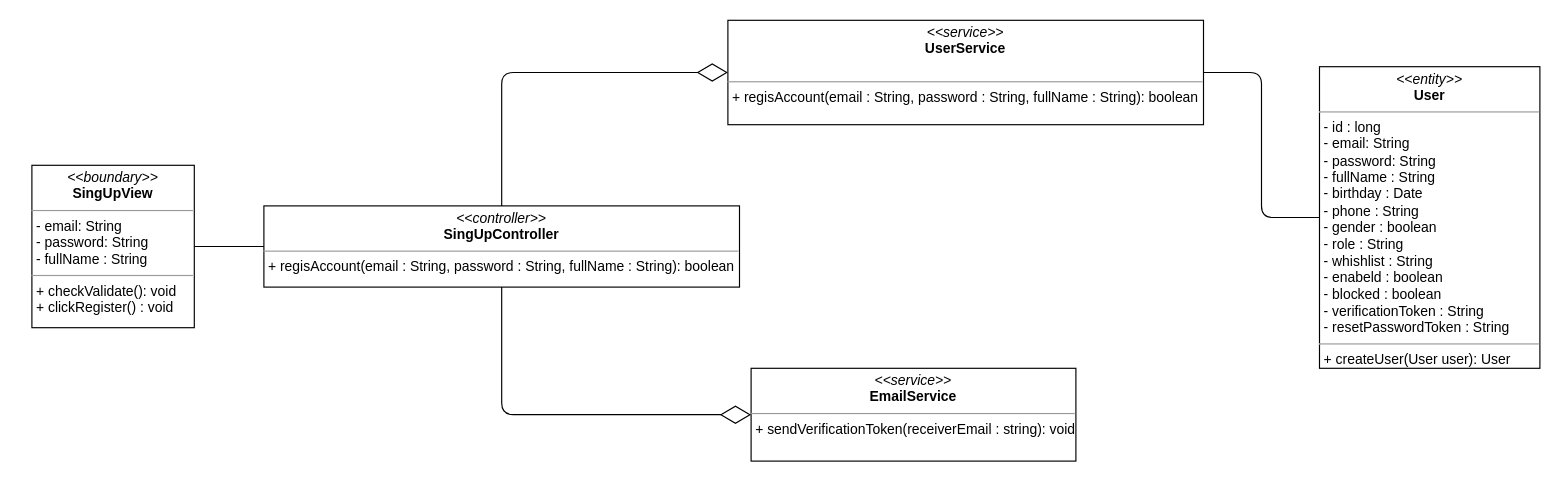
This is class diagram/register-class-diagram.drawio from nguyenphamvan/datn_20202, a draw.io file, before an edit. Source tidied: cells renumbered, new cells numbered last; positions are measured from the earlier drawing's top-left corner, leaving out a move shared by most shapes. Both pictures are drawn from the tidied source at 116%, with x=0, y=0 at pixel (31, 20).
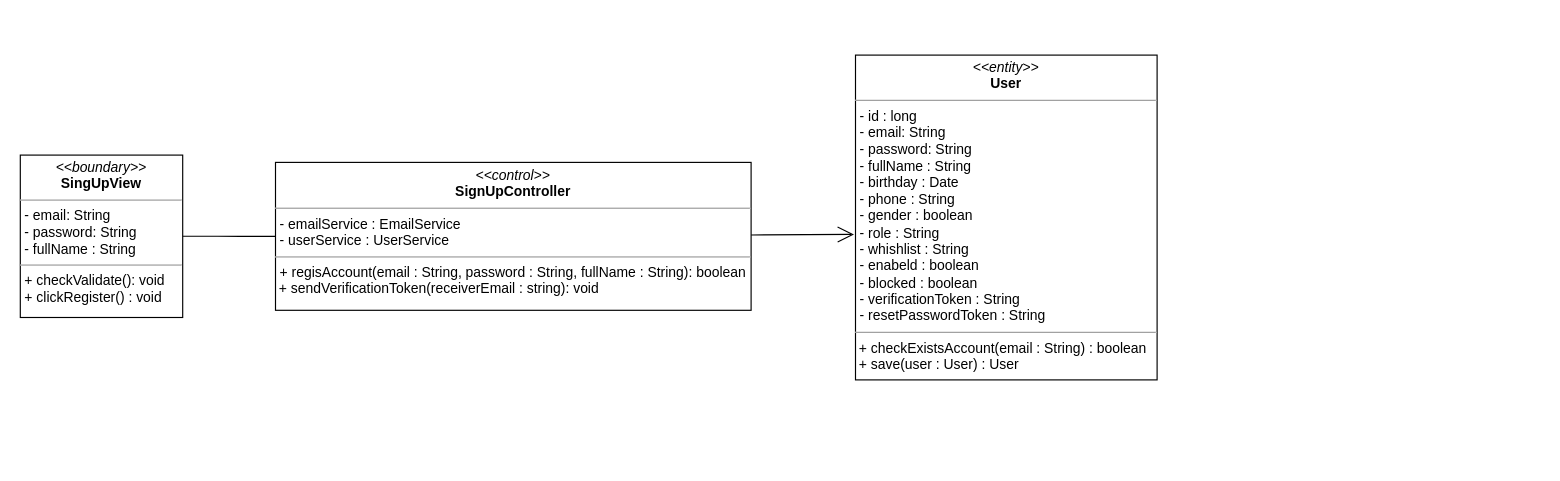
The same page after the edit.

What changed in the source:
```diff
@@
 <mxGraphModel>
   <root>
     <mxCell id="0" />
     <mxCell id="1" parent="0" />
     <mxCell id="2" value="&lt;p style=&quot;margin: 0px ; margin-top: 4px ; text-align: center&quot;&gt;&lt;i&gt;&amp;lt;&amp;lt;boundary&amp;gt;&amp;gt;&lt;/i&gt;&lt;br&gt;&lt;b&gt;SingUpView&lt;/b&gt;&lt;/p&gt;&lt;hr size=&quot;1&quot;&gt;&lt;p style=&quot;margin: 0px ; margin-left: 4px&quot;&gt;- email: String&lt;br&gt;- password: String&lt;/p&gt;&lt;p style=&quot;margin: 0px ; margin-left: 4px&quot;&gt;- fullName : String&lt;/p&gt;&lt;hr size=&quot;1&quot;&gt;&lt;p style=&quot;margin: 0px ; margin-left: 4px&quot;&gt;+ checkValidate(): void&lt;/p&gt;&lt;p style=&quot;margin: 0px ; margin-left: 4px&quot;&gt;+ clickRegister() : void&lt;/p&gt;" style="verticalAlign=top;align=left;overflow=fill;fontSize=12;fontFamily=Helvetica;html=1;" parent="1" vertex="1">
-      <mxGeometry y="125" width="140" height="140" as="geometry" />
+      <mxGeometry x="-10" y="116.2" width="140" height="140" as="geometry" />
     </mxCell>
-    <mxCell id="3" value="&lt;p style=&quot;margin: 0px ; margin-top: 4px ; text-align: center&quot;&gt;&lt;i&gt;&amp;lt;&amp;lt;controller&amp;gt;&amp;gt;&lt;/i&gt;&lt;br&gt;&lt;b&gt;SingUpController&lt;/b&gt;&lt;/p&gt;&lt;hr size=&quot;1&quot;&gt;&lt;p style=&quot;margin: 0px ; margin-left: 4px&quot;&gt;+ regisAccount(email : String, password : String, fullName : String): boolean&lt;br&gt;&lt;/p&gt;" style="verticalAlign=top;align=left;overflow=fill;fontSize=12;fontFamily=Helvetica;html=1;" parent="1" vertex="1">
-      <mxGeometry x="200" y="160" width="410" height="70" as="geometry" />
-    </mxCell>
-    <mxCell id="4" value="&lt;p style=&quot;margin: 0px ; margin-top: 4px ; text-align: center&quot;&gt;&lt;i&gt;&amp;lt;&amp;lt;service&amp;gt;&amp;gt;&lt;/i&gt;&lt;br&gt;&lt;b&gt;UserService&lt;/b&gt;&lt;/p&gt;&lt;p style=&quot;margin: 0px ; margin-left: 4px&quot;&gt;&lt;br&gt;&lt;/p&gt;&lt;hr size=&quot;1&quot;&gt;&lt;p style=&quot;margin: 0px ; margin-left: 4px&quot;&gt;+ regisAccount(email : String, password : String, fullName : String): boolean&lt;br&gt;&lt;/p&gt;" style="verticalAlign=top;align=left;overflow=fill;fontSize=12;fontFamily=Helvetica;html=1;" parent="1" vertex="1">
-      <mxGeometry x="600" width="410" height="90" as="geometry" />
-    </mxCell>
-    <mxCell id="5" value="&lt;p style=&quot;margin: 0px ; margin-top: 4px ; text-align: center&quot;&gt;&lt;i&gt;&amp;lt;&amp;lt;service&amp;gt;&amp;gt;&lt;/i&gt;&lt;br&gt;&lt;b&gt;EmailService&lt;/b&gt;&lt;/p&gt;&lt;hr size=&quot;1&quot;&gt;&lt;p style=&quot;margin: 0px ; margin-left: 4px&quot;&gt;+ sendVerificationToken(receiverEmail : string): void&lt;br&gt;&lt;/p&gt;" style="verticalAlign=top;align=left;overflow=fill;fontSize=12;fontFamily=Helvetica;html=1;" parent="1" vertex="1">
-      <mxGeometry x="620" y="300" width="280" height="80" as="geometry" />
-    </mxCell>
-    <mxCell id="6" value="&lt;p style=&quot;margin: 0px ; margin-top: 4px ; text-align: center&quot;&gt;&lt;i&gt;&amp;lt;&amp;lt;entity&amp;gt;&amp;gt;&lt;/i&gt;&lt;br&gt;&lt;b&gt;User&lt;/b&gt;&lt;/p&gt;&lt;hr size=&quot;1&quot;&gt;&lt;p style=&quot;margin: 0px ; margin-left: 4px&quot;&gt;- id : long&lt;/p&gt;&lt;p style=&quot;margin: 0px ; margin-left: 4px&quot;&gt;- email: String&lt;br&gt;- password: String&lt;/p&gt;&lt;p style=&quot;margin: 0px ; margin-left: 4px&quot;&gt;- fullName : String&lt;/p&gt;&lt;p style=&quot;margin: 0px ; margin-left: 4px&quot;&gt;- birthday : Date&lt;/p&gt;&lt;p style=&quot;margin: 0px ; margin-left: 4px&quot;&gt;- phone : String&lt;/p&gt;&lt;p style=&quot;margin: 0px ; margin-left: 4px&quot;&gt;- gender : boolean&lt;/p&gt;&lt;p style=&quot;margin: 0px ; margin-left: 4px&quot;&gt;- role : String&lt;/p&gt;&lt;p style=&quot;margin: 0px ; margin-left: 4px&quot;&gt;- whishlist : String&lt;/p&gt;&lt;p style=&quot;margin: 0px ; margin-left: 4px&quot;&gt;- enabeld : boolean&lt;/p&gt;&lt;p style=&quot;margin: 0px ; margin-left: 4px&quot;&gt;- blocked : boolean&lt;/p&gt;&lt;p style=&quot;margin: 0px ; margin-left: 4px&quot;&gt;- verificationToken : String&lt;/p&gt;&lt;p style=&quot;margin: 0px ; margin-left: 4px&quot;&gt;- resetPasswordToken : String&lt;/p&gt;&lt;hr size=&quot;1&quot;&gt;&lt;p style=&quot;margin: 0px ; margin-left: 4px&quot;&gt;+ createUser(User user): User&lt;br&gt;&lt;/p&gt;" style="verticalAlign=top;align=left;overflow=fill;fontSize=12;fontFamily=Helvetica;html=1;" parent="1" vertex="1">
-      <mxGeometry x="1110" y="40" width="190" height="260" as="geometry" />
+    <mxCell id="6" value="&lt;p style=&quot;margin: 0px ; margin-top: 4px ; text-align: center&quot;&gt;&lt;i&gt;&amp;lt;&amp;lt;entity&amp;gt;&amp;gt;&lt;/i&gt;&lt;br&gt;&lt;b&gt;User&lt;/b&gt;&lt;/p&gt;&lt;hr size=&quot;1&quot;&gt;&lt;p style=&quot;margin: 0px ; margin-left: 4px&quot;&gt;- id : long&lt;/p&gt;&lt;p style=&quot;margin: 0px ; margin-left: 4px&quot;&gt;- email: String&lt;br&gt;- password: String&lt;/p&gt;&lt;p style=&quot;margin: 0px ; margin-left: 4px&quot;&gt;- fullName : String&lt;/p&gt;&lt;p style=&quot;margin: 0px ; margin-left: 4px&quot;&gt;- birthday : Date&lt;/p&gt;&lt;p style=&quot;margin: 0px ; margin-left: 4px&quot;&gt;- phone : String&lt;/p&gt;&lt;p style=&quot;margin: 0px ; margin-left: 4px&quot;&gt;- gender : boolean&lt;/p&gt;&lt;p style=&quot;margin: 0px ; margin-left: 4px&quot;&gt;- role : String&lt;/p&gt;&lt;p style=&quot;margin: 0px ; margin-left: 4px&quot;&gt;- whishlist : String&lt;/p&gt;&lt;p style=&quot;margin: 0px ; margin-left: 4px&quot;&gt;- enabeld : boolean&lt;/p&gt;&lt;p style=&quot;margin: 0px ; margin-left: 4px&quot;&gt;- blocked : boolean&lt;/p&gt;&lt;p style=&quot;margin: 0px ; margin-left: 4px&quot;&gt;- verificationToken : String&lt;/p&gt;&lt;p style=&quot;margin: 0px ; margin-left: 4px&quot;&gt;- resetPasswordToken : String&lt;/p&gt;&lt;hr size=&quot;1&quot;&gt;&lt;p style=&quot;margin: 0px ; margin-left: 4px&quot;&gt;&lt;/p&gt;&amp;nbsp;+ checkExistsAccount(email : String) : boolean&lt;br&gt;&amp;nbsp;+ save(user : User) : User" style="verticalAlign=top;align=left;overflow=fill;fontSize=12;fontFamily=Helvetica;html=1;" parent="1" vertex="1">
+      <mxGeometry x="710" y="30" width="260" height="280" as="geometry" />
     </mxCell>
-    <mxCell id="7" style="endArrow=none;html=1;edgeStyle=orthogonalEdgeStyle;exitX=1;exitY=0.5;exitDx=0;exitDy=0;entryX=0;entryY=0.5;entryDx=0;entryDy=0;" parent="1" edge="1" source="2" target="3">
+    <mxCell id="7" style="endArrow=none;html=1;edgeStyle=orthogonalEdgeStyle;exitX=1;exitY=0.5;exitDx=0;exitDy=0;entryX=0;entryY=0.5;entryDx=0;entryDy=0;" parent="1" edge="1" source="2" target="11">
       <mxGeometry relative="1" as="geometry" />
     </mxCell>
-    <mxCell id="8" style="endArrow=diamondThin;endFill=0;endSize=24;html=1;entryX=0;entryY=0.5;entryDx=0;entryDy=0;exitX=0.5;exitY=0;exitDx=0;exitDy=0;edgeStyle=orthogonalEdgeStyle;" parent="1" edge="1" source="3" target="4">
-      <mxGeometry relative="1" as="geometry" />
-    </mxCell>
-    <mxCell id="9" style="endArrow=diamondThin;endFill=0;endSize=24;html=1;exitX=0.5;exitY=1;exitDx=0;exitDy=0;entryX=0;entryY=0.5;entryDx=0;entryDy=0;edgeStyle=orthogonalEdgeStyle;" parent="1" edge="1" source="3" target="5">
-      <mxGeometry relative="1" as="geometry" />
-    </mxCell>
-    <mxCell id="10" style="endArrow=none;html=1;edgeStyle=orthogonalEdgeStyle;entryX=0;entryY=0.5;entryDx=0;entryDy=0;exitX=1;exitY=0.5;exitDx=0;exitDy=0;" parent="1" edge="1" source="4" target="6">
-      <mxGeometry relative="1" as="geometry" />
-    </mxCell>
+    <mxCell id="11" value="&lt;p style=&quot;margin: 0px ; margin-top: 4px ; text-align: center&quot;&gt;&lt;i&gt;&amp;lt;&amp;lt;control&amp;gt;&amp;gt;&lt;/i&gt;&lt;br&gt;&lt;b&gt;SignUpController&lt;/b&gt;&lt;/p&gt;&lt;hr size=&quot;1&quot;&gt;&lt;p style=&quot;margin: 0px ; margin-left: 4px&quot;&gt;- emailService : EmailService&lt;br&gt;- userService : UserService&lt;/p&gt;&lt;hr size=&quot;1&quot;&gt;&lt;p style=&quot;margin: 0px ; margin-left: 4px&quot;&gt;+ regisAccount(email : String, password : String, fullName : String): boolean&lt;/p&gt;&amp;nbsp;+ sendVerificationToken(receiverEmail : string): void" style="verticalAlign=top;align=left;overflow=fill;fontSize=12;fontFamily=Helvetica;html=1;" parent="1" vertex="1">
+      <mxGeometry x="210" y="122.5" width="410" height="127.5" as="geometry" />
+    </mxCell>
+    <mxCell id="12" style="endArrow=open;endFill=1;endSize=12;html=1;entryX=-0.005;entryY=0.552;entryDx=0;entryDy=0;entryPerimeter=0;" parent="1" edge="1" source="11" target="6">
+      <mxGeometry relative="1" as="geometry" />
+    </mxCell>
   </root>
 </mxGraphModel>
```
